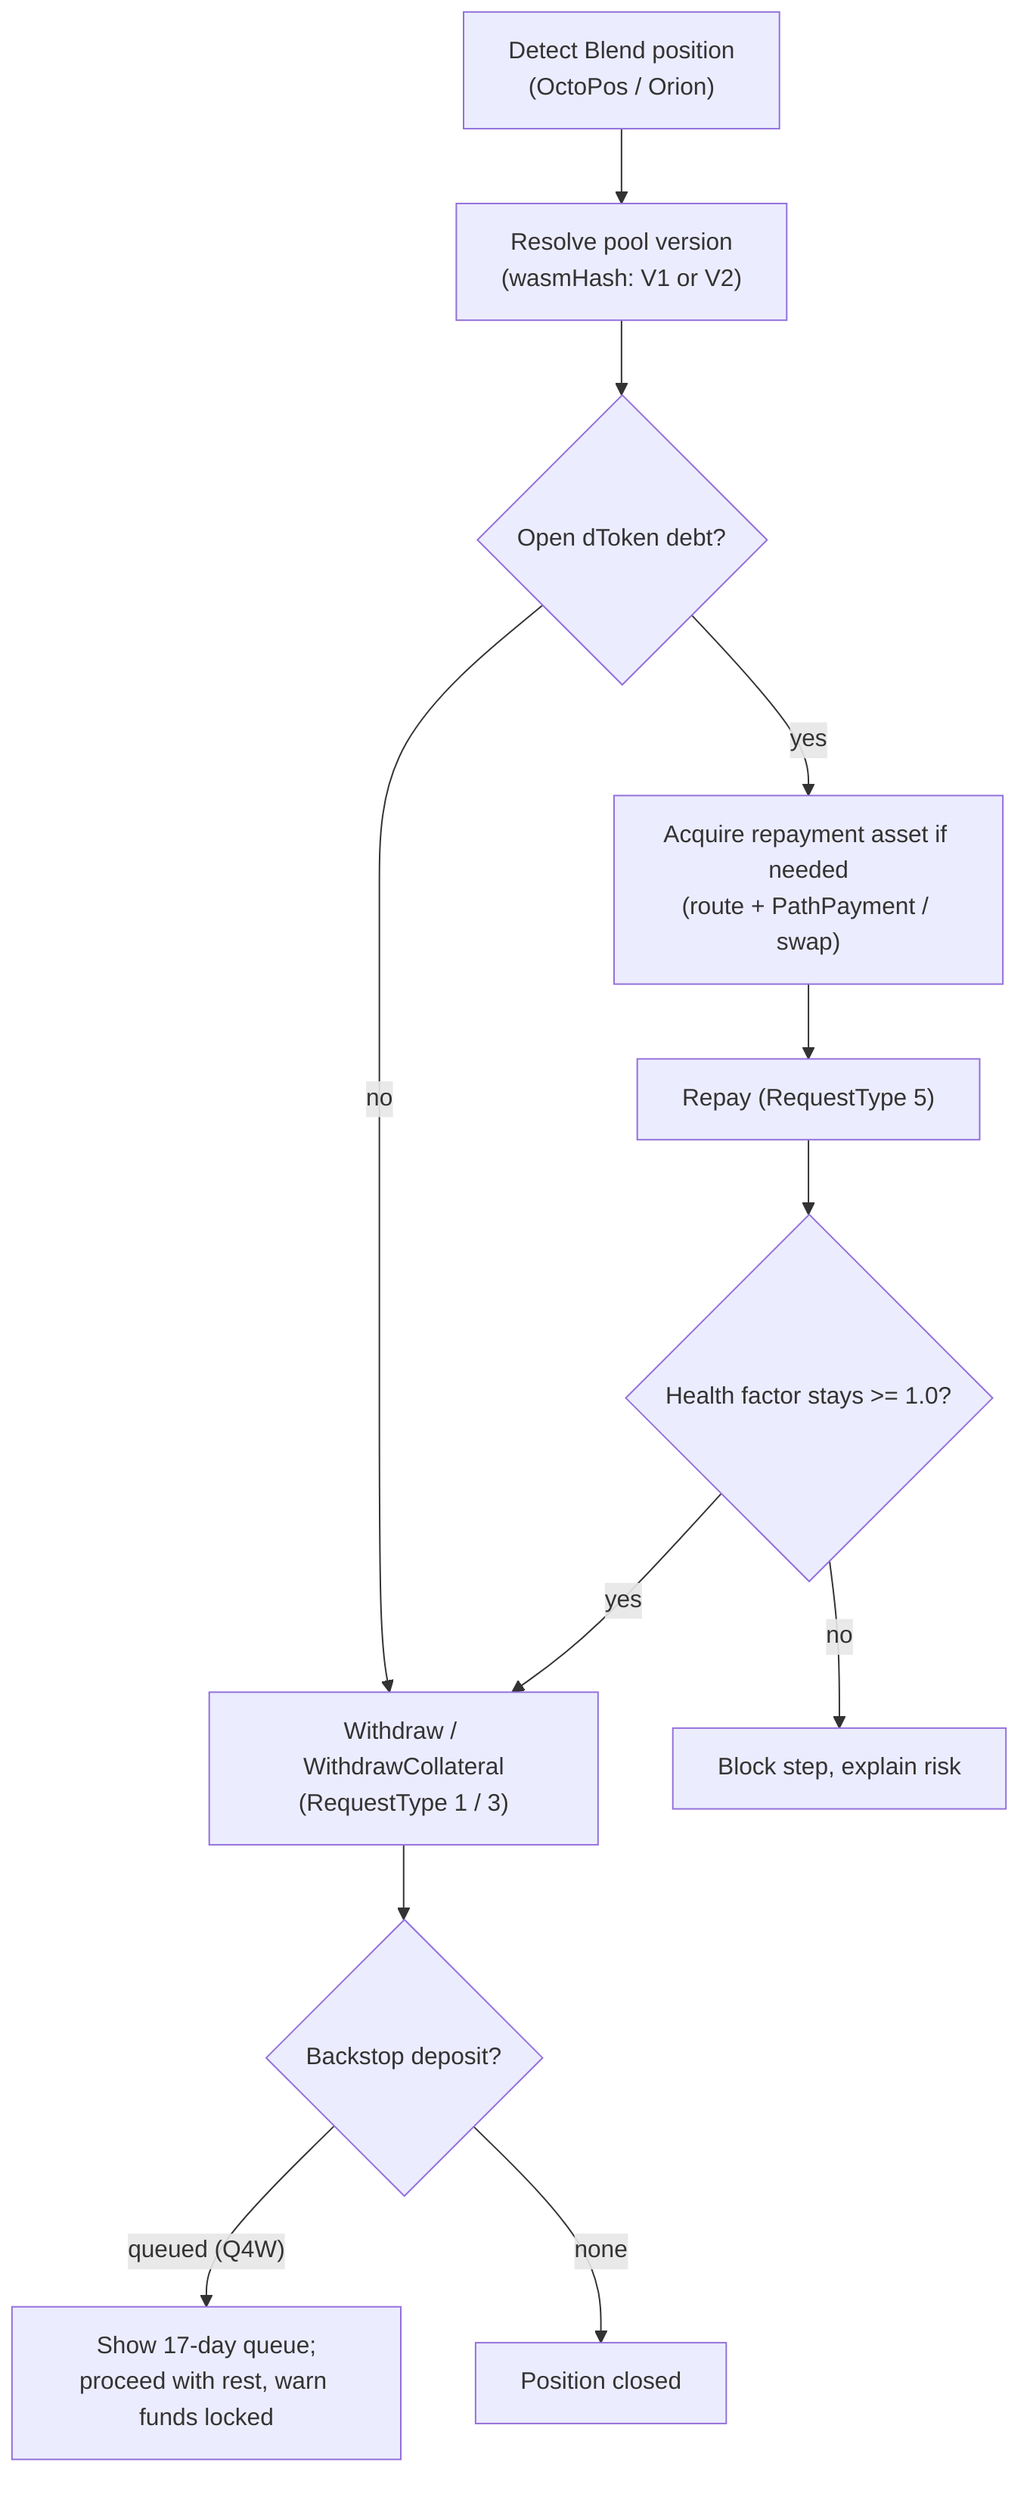
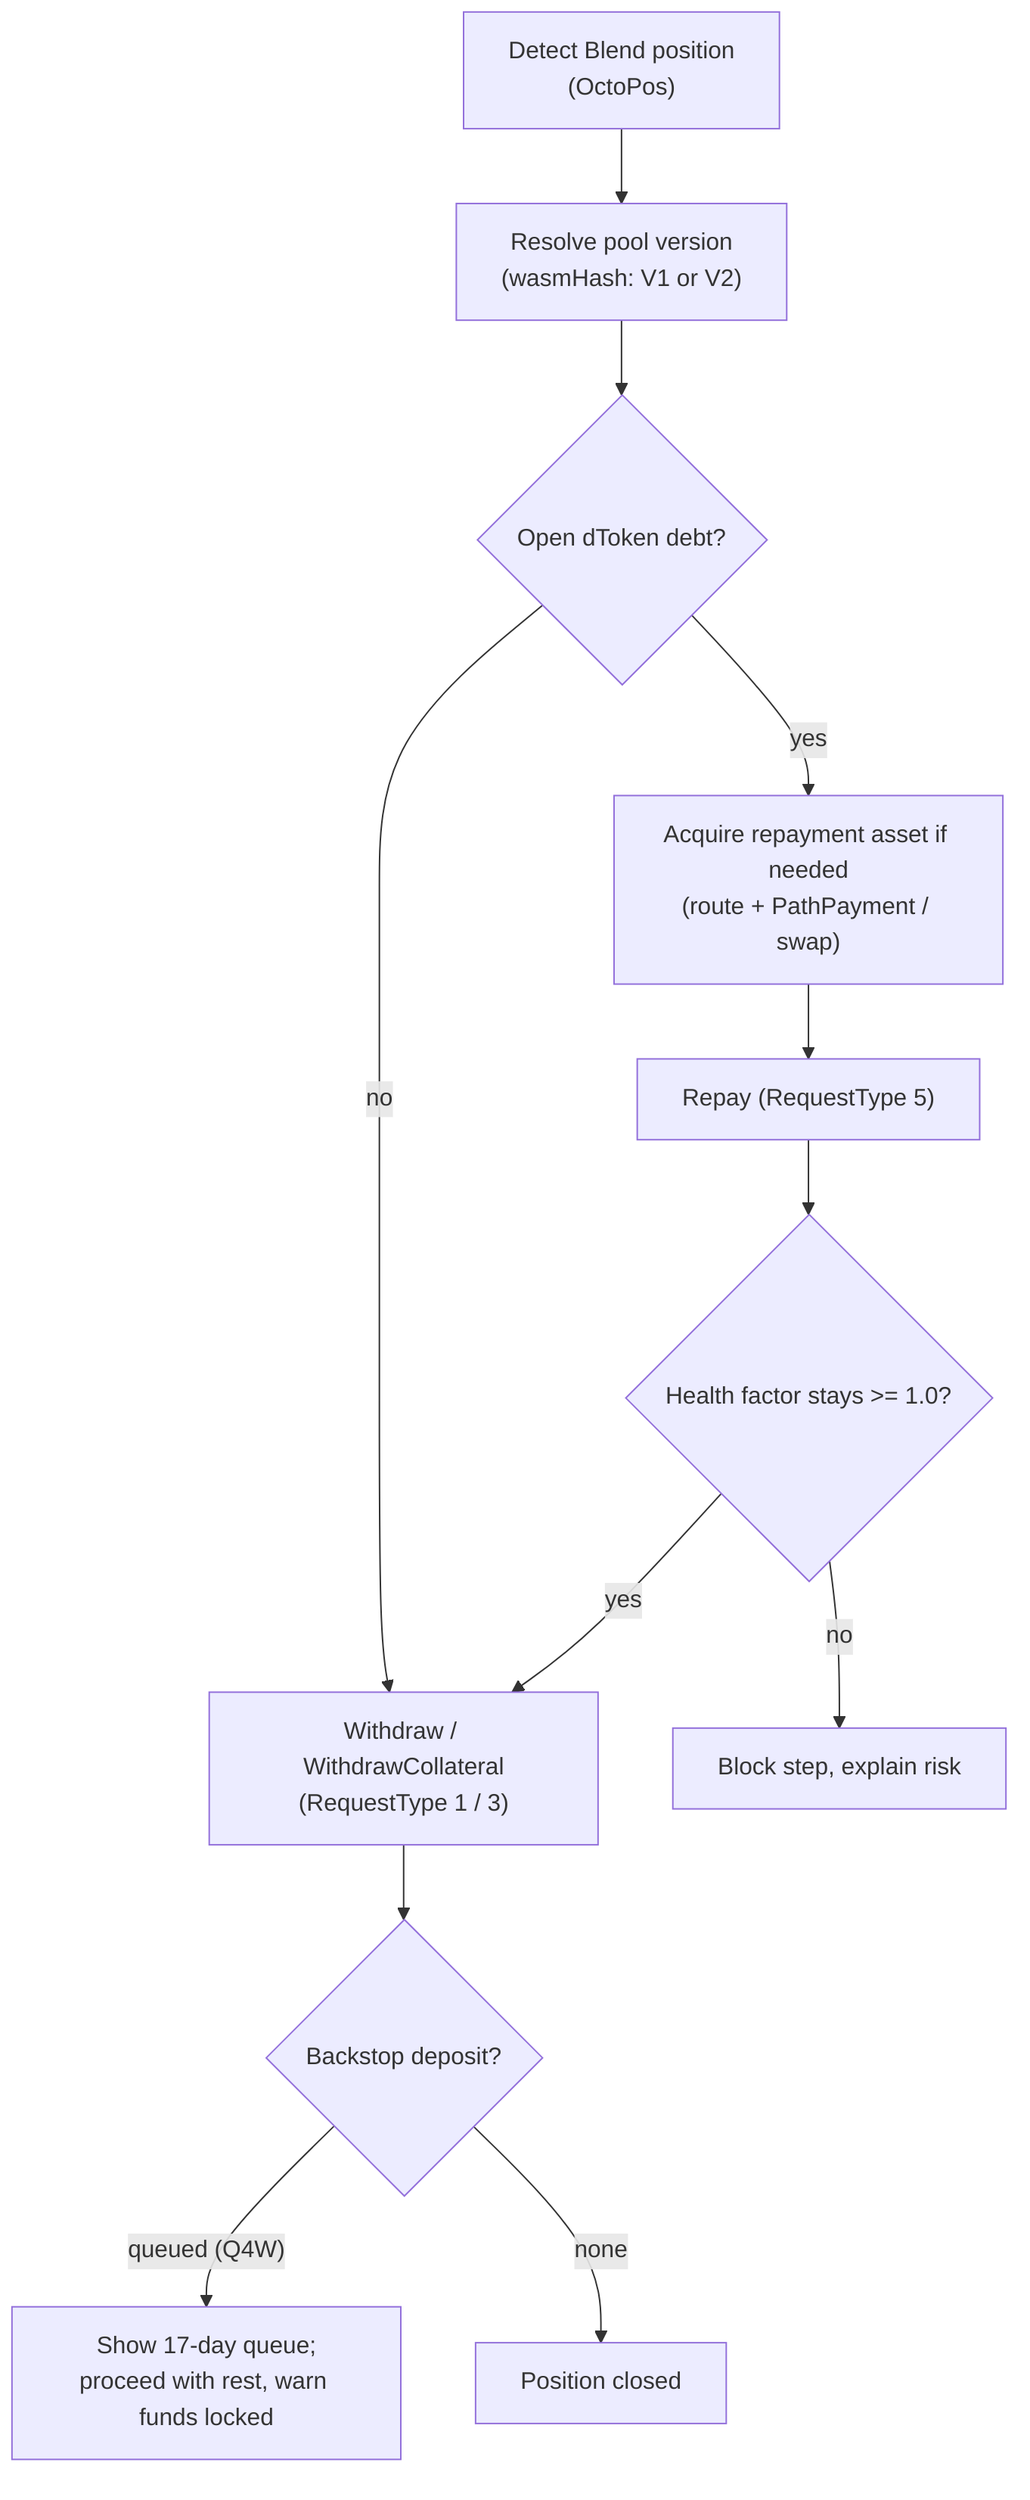
flowchart TD
-     detect["Detect Blend position<br/>(OctoPos / Orion)"] --> ver["Resolve pool version<br/>(wasmHash: V1 or V2)"]
+     detect["Detect Blend position<br/>(OctoPos)"] --> ver["Resolve pool version<br/>(wasmHash: V1 or V2)"]
    ver --> hasdebt{"Open dToken debt?"}
    hasdebt -->|"yes"| acquire["Acquire repayment asset if needed<br/>(route + PathPayment / swap)"]
    acquire --> repay["Repay (RequestType 5)"]
    hasdebt -->|"no"| withdraw
    repay --> hf{"Health factor stays >= 1.0?"}
    hf -->|"yes"| withdraw["Withdraw / WithdrawCollateral<br/>(RequestType 1 / 3)"]
    hf -->|"no"| block["Block step, explain risk"]
    withdraw --> backstop{"Backstop deposit?"}
    backstop -->|"queued (Q4W)"| wait["Show 17-day queue;<br/>proceed with rest, warn funds locked"]
    backstop -->|"none"| done["Position closed"]
